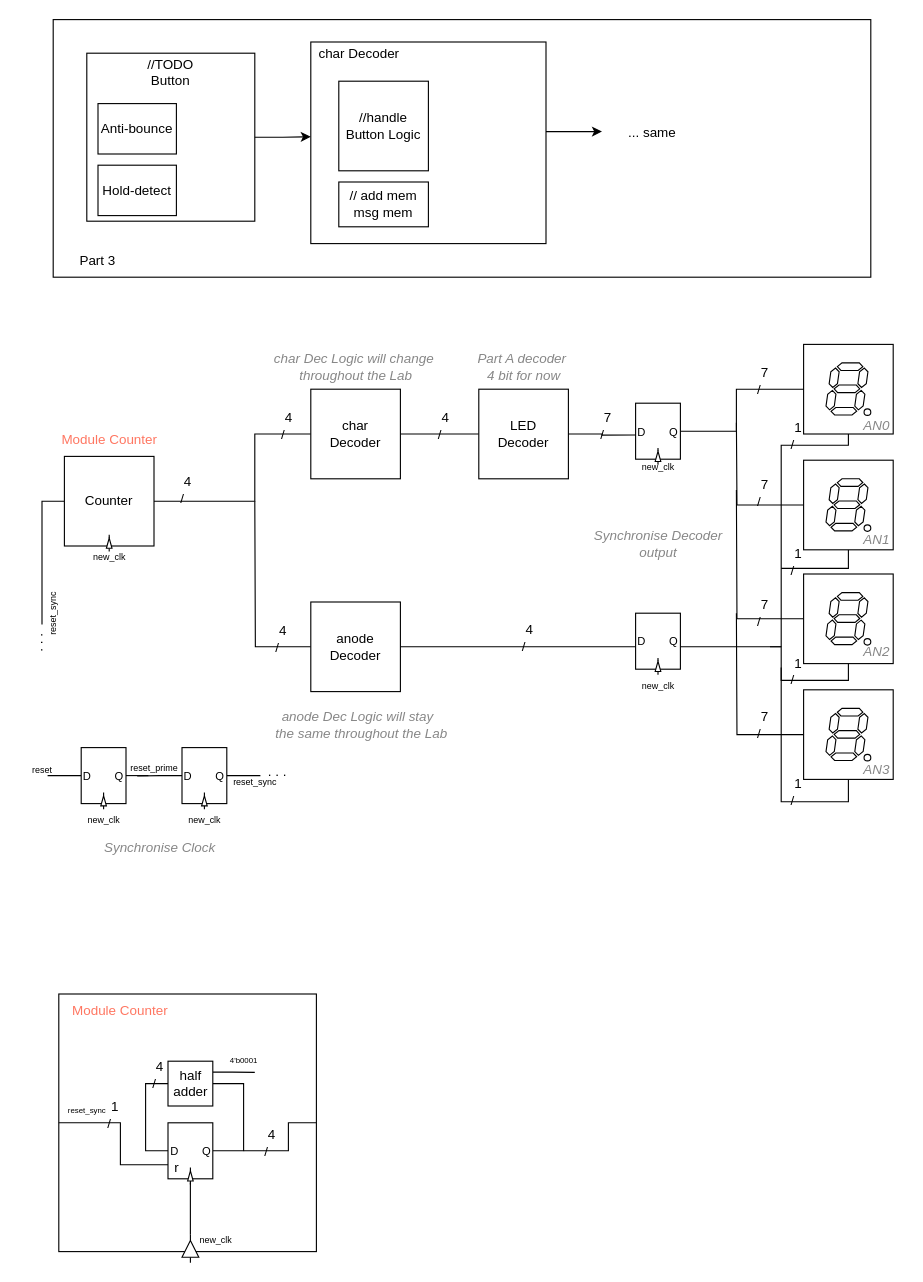
Earlier version of the draw.io diagram Lab1/DataFlow/Lab1.drawio (PANAGIVTHS/Vivado-Projects). Source tidied: cells renumbered, new cells numbered last; positions are measured from the earlier drawing's top-left corner, leaving out a move shared by most shapes. Both pictures are drawn from the tidied source at 112%, with x=0, y=0 at pixel (19, 19).
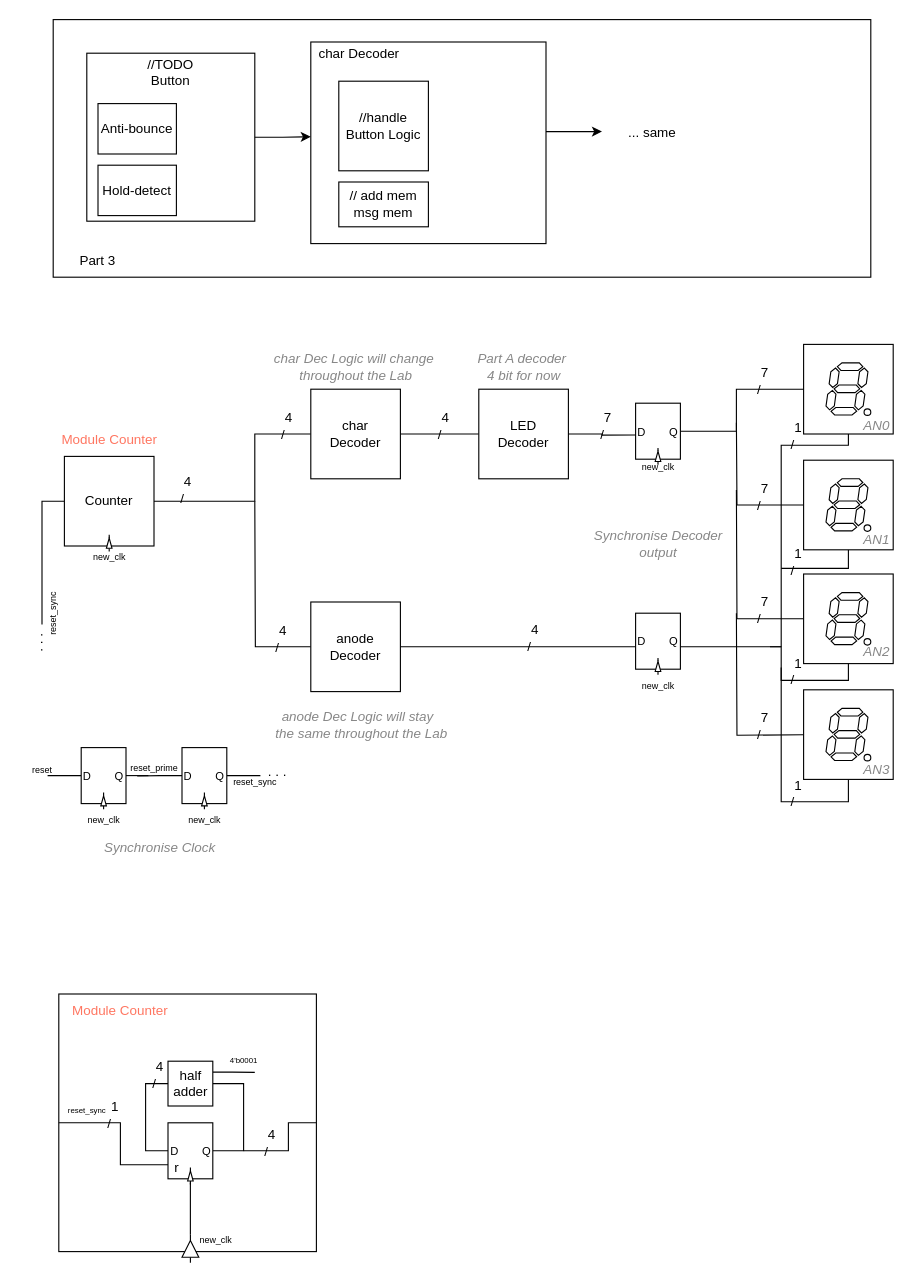
After the change.

Commit message (it also covers changes not shown here):
Remove Debounce reset

The change refers to these unchanged cells:
```xml
<mxCell id="13" value="anode&lt;br&gt;Decoder" style="rounded=0;whiteSpace=wrap;html=1;" parent="1" vertex="1">
  <mxGeometry x="260" y="520" width="80" height="80" as="geometry" />
</mxCell>
<mxCell id="15" style="group;" parent="1" vertex="1">
  <mxGeometry x="700" y="290" width="90" height="395" as="geometry" />
</mxCell>
<mxCell id="29" style="whiteSpace=wrap;html=1;" parent="15" vertex="1">
  <mxGeometry y="308.4" width="80" height="80" as="geometry" />
</mxCell>
```

What changed in the source:
```diff
@@
-    <mxCell id="12" style="edgeStyle=orthogonalEdgeStyle;rounded=0;jettySize=auto;html=1;exitX=1;exitY=0.5;exitDx=0;exitDy=0;endArrow=none;endFill=0;" parent="1" edge="1" source="13">
+    <mxCell id="12" style="edgeStyle=orthogonalEdgeStyle;rounded=0;orthogonalLoop=1;jettySize=auto;html=1;exitX=1;exitY=0.5;exitDx=0;exitDy=0;endArrow=none;endFill=0;" parent="1" edge="1">
       <mxGeometry relative="1" as="geometry">
+        <mxPoint x="340" y="560" as="sourcePoint" />
         <mxPoint x="680" y="560" as="targetPoint" />
       </mxGeometry>
     </mxCell>
@@
-    <mxCell id="27" style="edgeStyle=orthogonalEdgeStyle;rounded=0;jettySize=auto;html=1;exitX=0;exitY=0.5;exitDx=0;exitDy=0;endArrow=none;endFill=0;" parent="15" edge="1" source="29">
+    <mxCell id="27" style="edgeStyle=orthogonalEdgeStyle;rounded=0;orthogonalLoop=1;jettySize=auto;html=1;exitX=0;exitY=0.5;exitDx=0;exitDy=0;endArrow=none;endFill=0;" parent="15" edge="1">
       <mxGeometry relative="1" as="geometry">
+        <mxPoint y="348.5" as="sourcePoint" />
         <mxPoint x="-60" y="240" as="targetPoint" />
       </mxGeometry>
     </mxCell>
@@
     <mxCell id="46" value="&lt;div&gt;&amp;nbsp; &amp;nbsp;4&lt;/div&gt;/" style="text;html=1;align=center;verticalAlign=middle;strokeColor=none;fillColor=none;" parent="1" vertex="1">
-      <mxGeometry x="430" y="532" width="40" height="40" as="geometry" />
+      <mxGeometry x="435" y="532" width="40" height="40" as="geometry" />
     </mxCell>
@@
     <mxCell id="49" value="&lt;div&gt;&amp;nbsp; &amp;nbsp;7&lt;/div&gt;/" style="text;html=1;align=center;verticalAlign=middle;strokeColor=none;fillColor=none;" parent="1" vertex="1">
-      <mxGeometry x="640" y="402.5" width="40" height="40" as="geometry" />
+      <mxGeometry x="640" y="405.5" width="40" height="40" as="geometry" />
     </mxCell>
@@
     <mxCell id="51" value="&lt;div&gt;&amp;nbsp; &amp;nbsp;7&lt;/div&gt;/" style="text;html=1;align=center;verticalAlign=middle;strokeColor=none;fillColor=none;" parent="1" vertex="1">
-      <mxGeometry x="640" y="510" width="40" height="40" as="geometry" />
+      <mxGeometry x="640" y="507" width="40" height="40" as="geometry" />
     </mxCell>
     <mxCell id="52" value="&lt;div&gt;&amp;nbsp; &amp;nbsp;7&lt;/div&gt;/" style="text;html=1;align=center;verticalAlign=middle;strokeColor=none;fillColor=none;" parent="1" vertex="1">
-      <mxGeometry x="640" y="610" width="40" height="40" as="geometry" />
+      <mxGeometry x="640" y="611" width="40" height="40" as="geometry" />
     </mxCell>
@@
     <mxCell id="56" value="&lt;div&gt;&amp;nbsp; &amp;nbsp;1&lt;/div&gt;/" style="text;html=1;align=center;verticalAlign=middle;strokeColor=none;fillColor=none;" parent="1" vertex="1">
-      <mxGeometry x="670" y="670" width="40" height="40" as="geometry" />
+      <mxGeometry x="670" y="671" width="40" height="40" as="geometry" />
     </mxCell>
```
